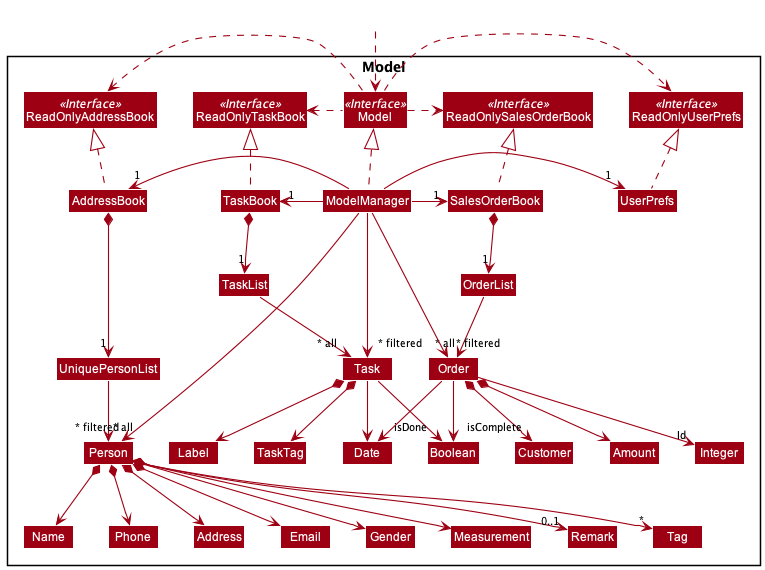
nus-cs2103-AY2122S1/tp keeps this PlantUML diagram as docs/images/ModelClassDiagram.png. Above is the earlier version.
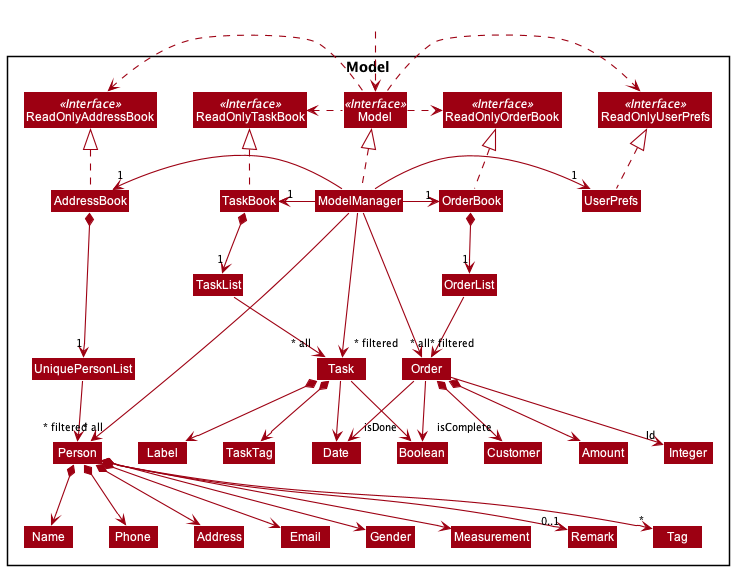
After the commit.

The edit, as a diff of the source:
```diff
@@ -9,14 +9,14 @@
 Interface ReadOnlyAddressBook <<Interface>>
 Interface ReadOnlyUserPrefs <<Interface>>
 Interface ReadOnlyTaskBook <<Interface>>
-Interface ReadOnlySalesOrderBook <<Interface>>
+Interface ReadOnlyOrderBook <<Interface>>
 Interface Model <<Interface>>
 Class AddressBook
 Class TaskBook
-Class SalesOrderBook
+Class OrderBook
 Class ReadOnlyAddressBook
 Class ReadOnlyTaskBook
-Class ReadOnlySalesOrderBook
+Class ReadOnlyOrderBook
 Class Model
 Class ModelManager
 Class UserPrefs
@@ -51,19 +51,19 @@
 
 AddressBook .up.|> ReadOnlyAddressBook
 TaskBook .up.|> ReadOnlyTaskBook
-SalesOrderBook .up.|> ReadOnlySalesOrderBook
+OrderBook .up.|> ReadOnlyOrderBook
 
 ModelManager .up.|> Model
 Model .right.> ReadOnlyUserPrefs
 Model .left.> ReadOnlyAddressBook
 Model .left.> ReadOnlyTaskBook
-Model .right.> ReadOnlySalesOrderBook
+Model .right.> ReadOnlyOrderBook
 
 
 ModelManager -left-> "1" AddressBook
 ModelManager -right-> "1" UserPrefs
 ModelManager -left-> "1" TaskBook
-ModelManager -right-> "1" SalesOrderBook
+ModelManager -right-> "1" OrderBook
 UserPrefs .up.|> ReadOnlyUserPrefs
 
 AddressBook *--> "1" UniquePersonList
@@ -88,7 +88,7 @@
 Task --> Date
 Task --> "isDone" Boolean
 
-SalesOrderBook *--> "1" OrderList
+OrderBook *--> "1" OrderList
 OrderList --> "~* all" Order
 Order *--> Amount
 Order *--> Customer
```
